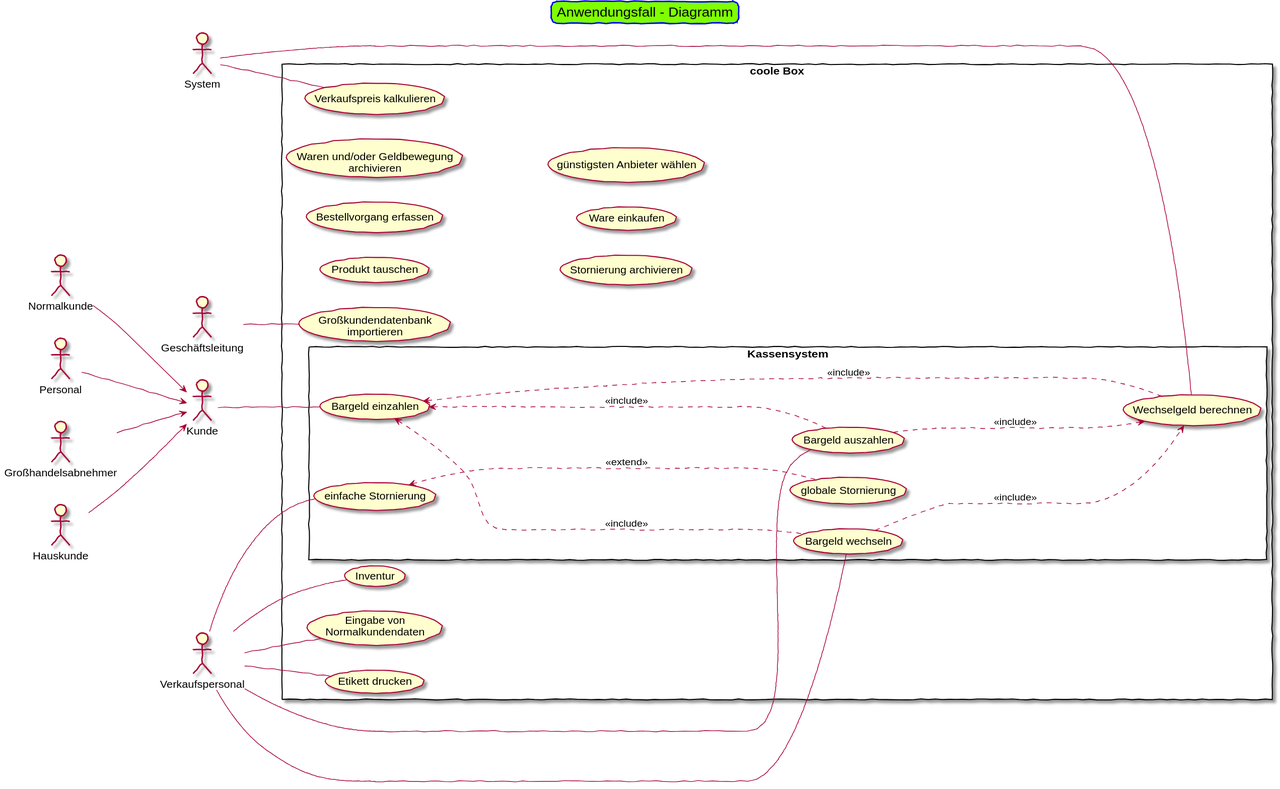
This is src/main/asciidoc/models/analysis/UseCase.svg from LimitlessGreen/swt18w43, a PlantUML export, as it was before one commit.
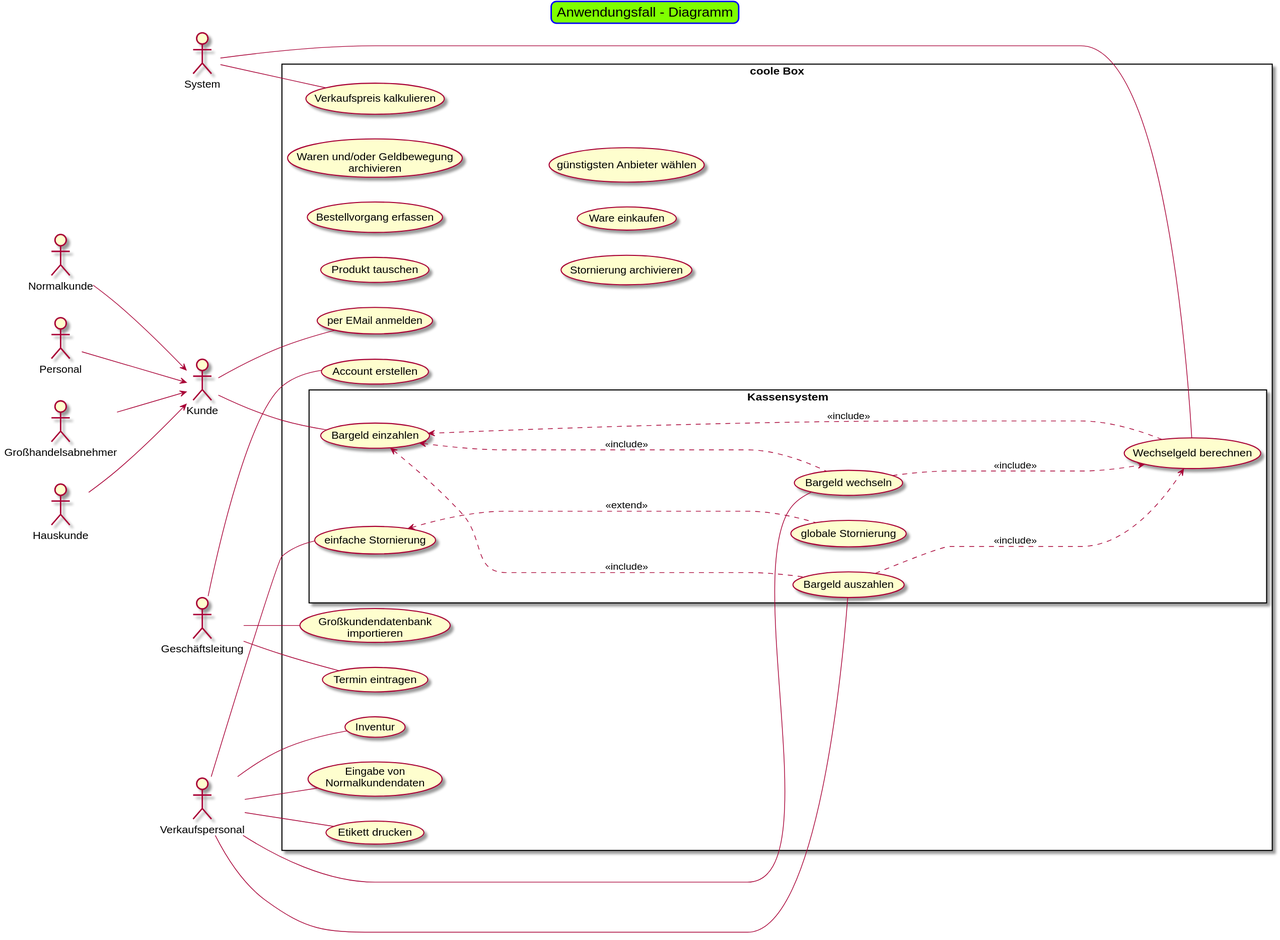
After the commit.

Commit message:
[WIP] Use-Case Diagram

The edit, as a diff of the source:
```diff
@@ -3,7 +3,6 @@
 skinparam titleBorderThickness 2
 skinparam titleBorderColor blue
 skinparam titleBackgroundColor Chartreuse
-skinparam handwritten true
 
 
 title Anwendungsfall - Diagramm
@@ -29,6 +28,10 @@
 
 rectangle "coole Box"{
     (Inventur) as inv
+    (per EMail anmelden) as anm
+    (Account erstellen) as acc
+    (Termin eintragen) as date
+
     (Produkt tauschen)
     (Großkundendatenbank\nimportieren) as grokudb_imp
     (Verkaufspreis kalkulieren) as vp_calc
@@ -50,6 +53,9 @@
             (einfache Stornierung) as l_st
             (globale Stornierung) as g_st
 
+            gl -- date
+            gl -- acc
+            ku -- anm
 
             ku -- bg_ez
 
```
